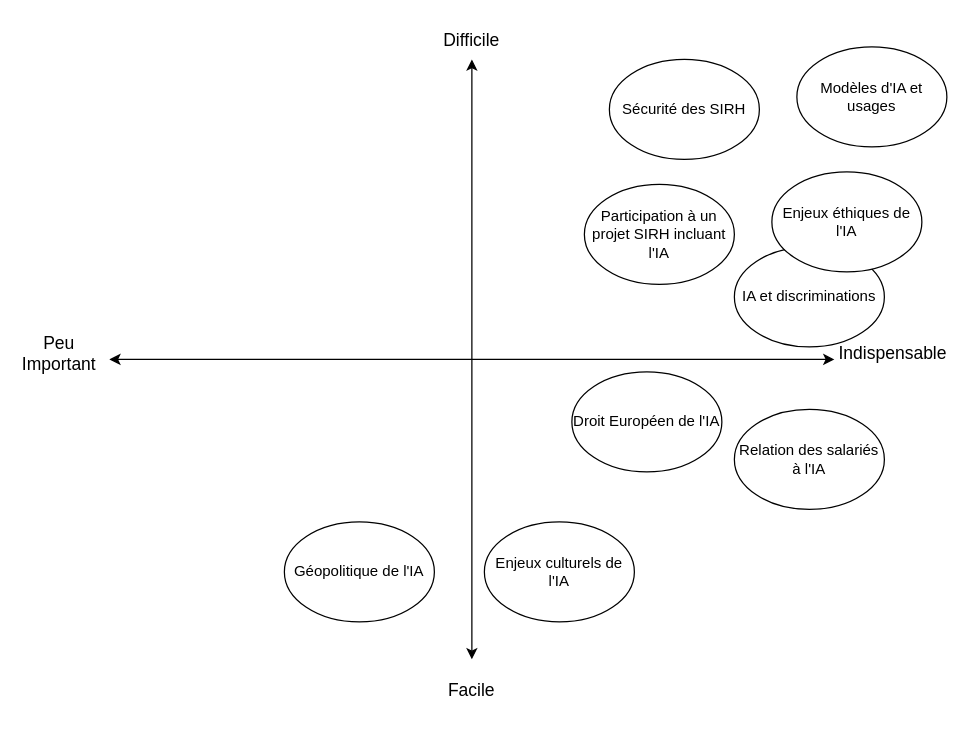
This is page "Carte des apprentissages" (2 of 3) of Cours IA et RH.drawio from Fabrice-64/Drawings, a draw.io file, before an edit. Source tidied: cells renumbered, new cells numbered last; positions are measured from the earlier drawing's top-left corner, leaving out a move shared by most shapes. Both pictures are drawn from the tidied source at 125%, with x=0, y=0 at pixel (21, 21).
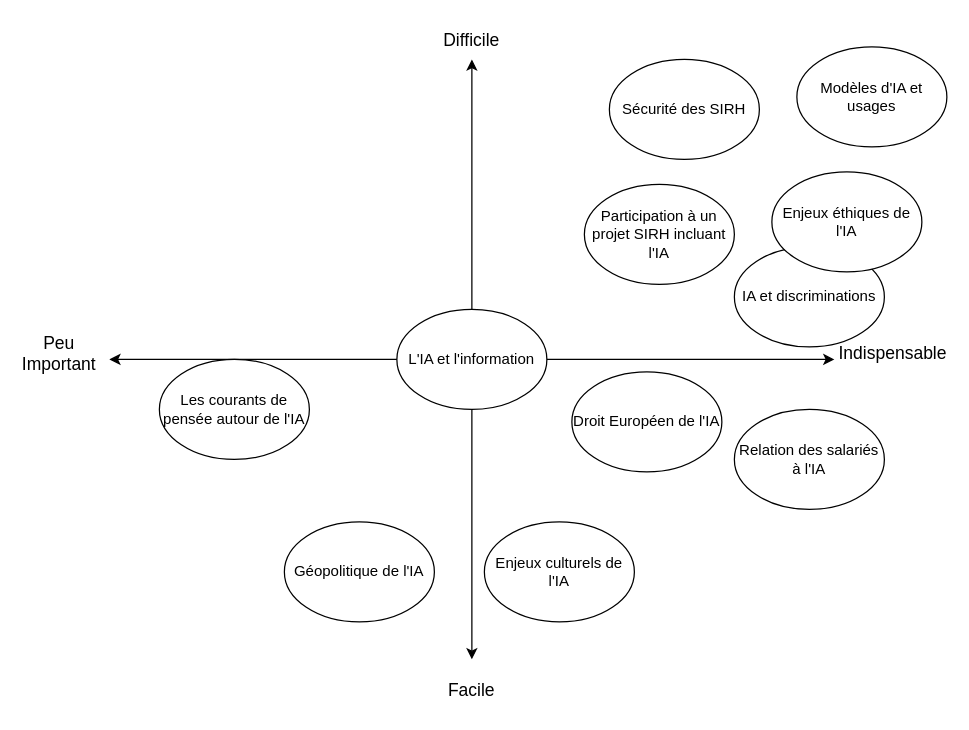
The same page after the edit.

Change to the diagram source:
```diff
@@
+    <mxCell id="17" value="Les courants de pensée autour de l'IA" style="ellipse;whiteSpace=wrap;html=1;" parent="1" vertex="1">
+      <mxGeometry x="110" y="270" width="120" height="80" as="geometry" />
+    </mxCell>
+    <mxCell id="18" value="L'IA et l'information" style="ellipse;whiteSpace=wrap;html=1;" parent="1" vertex="1">
+      <mxGeometry x="300" y="230" width="120" height="80" as="geometry" />
+    </mxCell>
```
